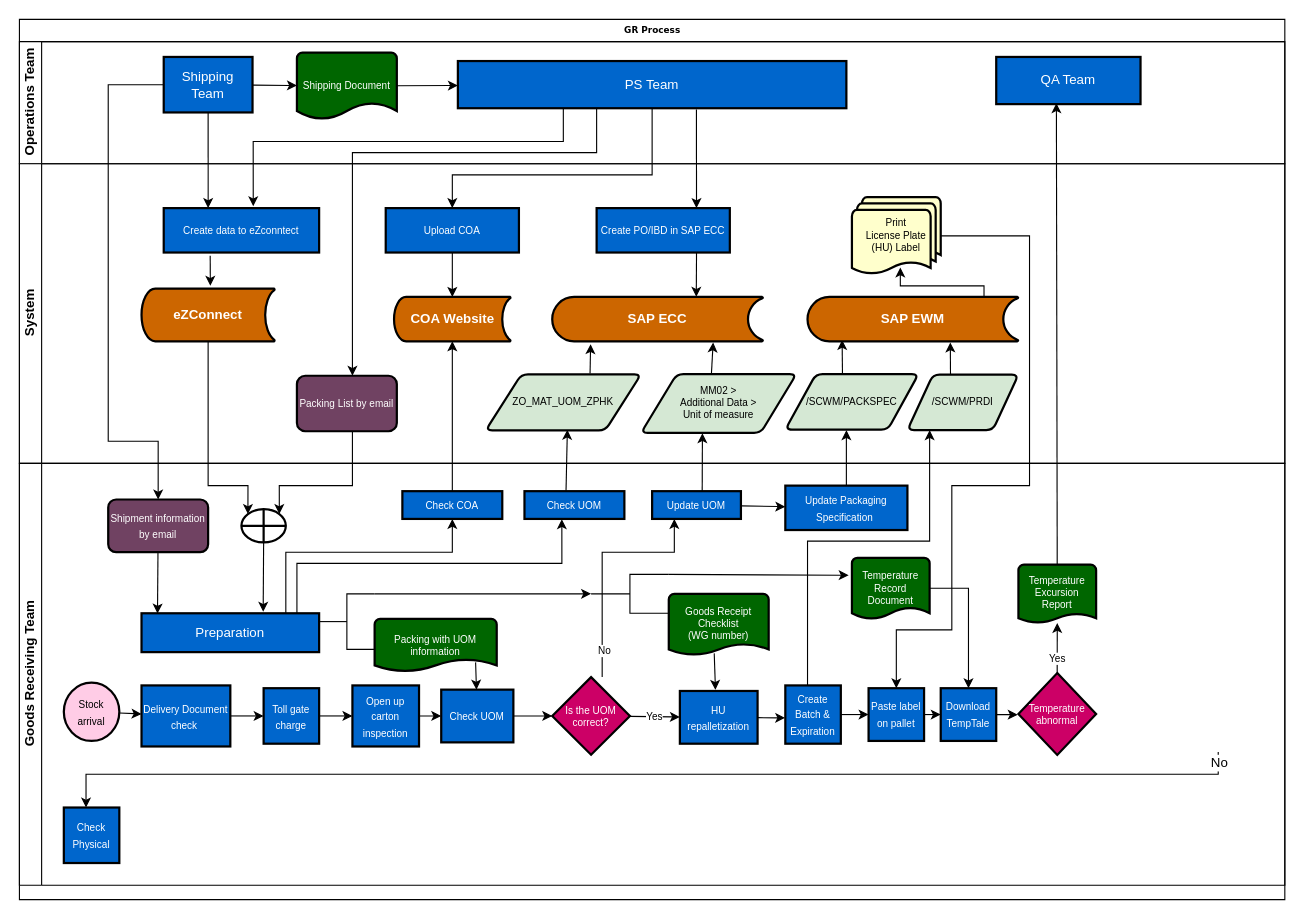
Before: GR_Flowchart.drawio in chengkahohk/ZPHK_GR_workflow, a draw.io diagram. Source tidied: cells renumbered, new cells numbered last; positions are measured from the earlier drawing's top-left corner, leaving out a move shared by most shapes. Both pictures are drawn from the tidied source at 111%, with x=0, y=0 at pixel (19, 19).
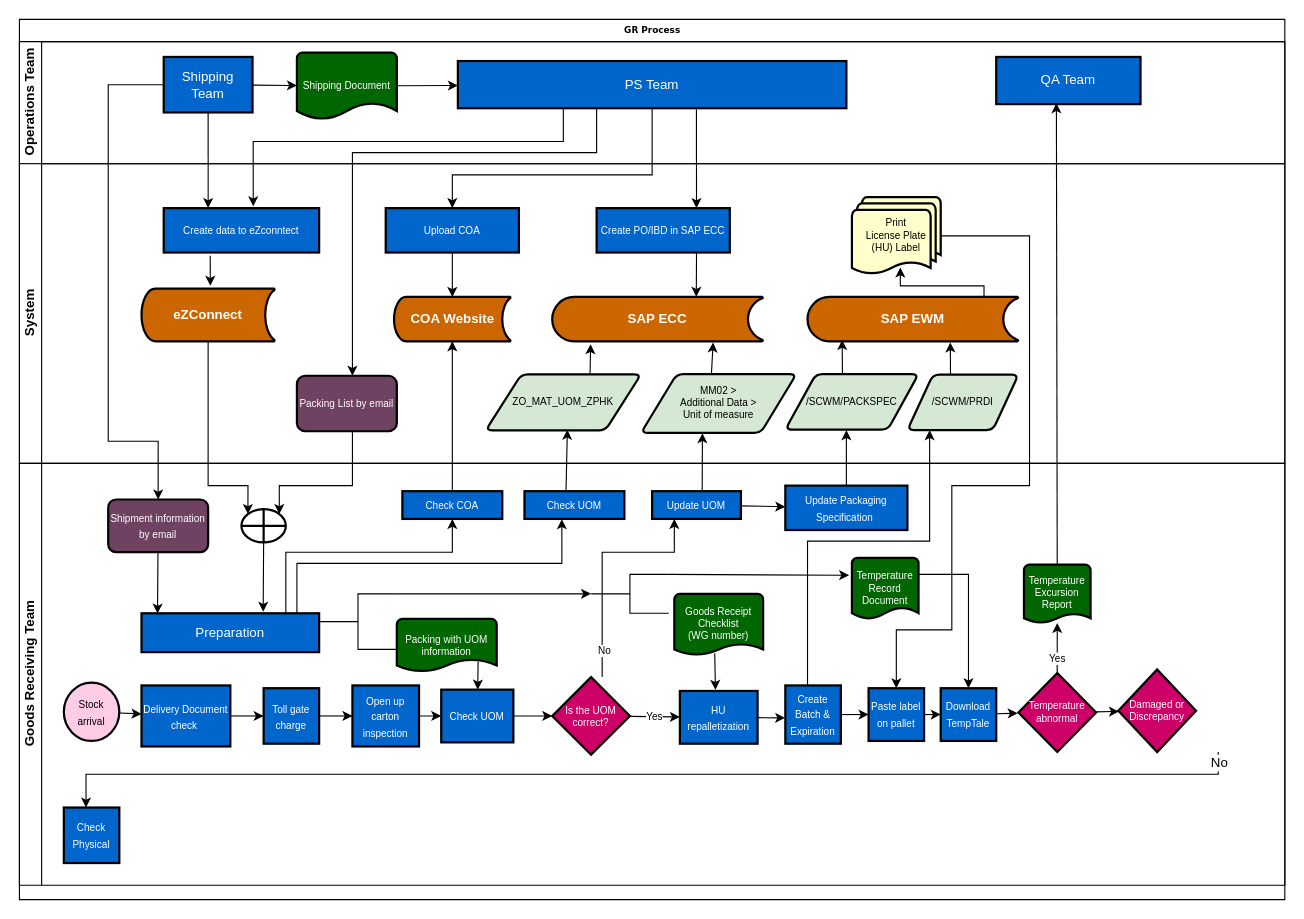
The same diagram, later.

The change refers to these unchanged cells:
```xml
<mxCell id="47" value="Goods Receiving Team" style="swimlane;html=1;startSize=20;horizontal=0;" parent="2" vertex="1">
  <mxGeometry y="400" width="1140" height="380" as="geometry" />
</mxCell>
<mxCell id="61" value="&lt;font style=&quot;font-size: 9px;&quot;&gt;Check UOM&lt;/font&gt;" style="whiteSpace=wrap;html=1;fillColor=#0066CC;fontColor=#FFFFFF;strokeWidth=2;" parent="47" vertex="1">
  <mxGeometry x="380" y="203.8" width="65" height="47.5" as="geometry" />
</mxCell>
<mxCell id="96" value="&lt;font style=&quot;font-size: 9px;&quot;&gt;Download&lt;br&gt;TempTale&lt;/font&gt;" style="whiteSpace=wrap;html=1;fillColor=#0066CC;fontColor=#FFFFFF;strokeWidth=2;" parent="47" vertex="1">
  <mxGeometry x="830" y="202.5" width="50" height="47.5" as="geometry" />
</mxCell>
```

What changed in the source:
```diff
@@
-    <mxCell id="63" style="edgeStyle=none;rounded=0;jettySize=auto;html=1;fontFamily=Helvetica;fontSize=9;fontColor=#FFFFFF;elbow=vertical;exitX=0.827;exitY=0.826;exitDx=0;exitDy=0;exitPerimeter=0;" parent="47" edge="1" source="64" target="61">
+    <mxCell id="63" style="edgeStyle=none;rounded=0;jettySize=auto;html=1;fontFamily=Helvetica;fontSize=9;fontColor=#FFFFFF;elbow=vertical;exitX=0.814;exitY=0.807;exitDx=0;exitDy=0;exitPerimeter=0;" parent="47" edge="1" source="64" target="61">
       <mxGeometry relative="1" as="geometry" />
     </mxCell>
     <mxCell id="64" value="Packing with UOM information" style="strokeWidth=2;html=1;shape=mxgraph.flowchart.document2;whiteSpace=wrap;size=0.23274853801169565;fontFamily=Helvetica;fontSize=9;fontColor=#FFFFFF;fillColor=#006600;" parent="47" vertex="1">
-      <mxGeometry x="320" y="140" width="110" height="47.5" as="geometry" />
+      <mxGeometry x="340" y="140" width="90" height="47.5" as="geometry" />
     </mxCell>
@@
     <mxCell id="76" style="strokeWidth=1;html=1;shape=mxgraph.flowchart.annotation_2;align=left;labelPosition=right;fontFamily=Helvetica;fontSize=9;fontColor=#FFFFFF;fillColor=#0066CC;" parent="47" vertex="1">
-      <mxGeometry x="270" y="117.5" width="50" height="50" as="geometry" />
+      <mxGeometry x="270" y="117.5" width="70" height="50" as="geometry" />
     </mxCell>
@@
     <mxCell id="78" value="Goods Receipt Checklist&lt;br&gt;(WG number)" style="strokeWidth=2;html=1;shape=mxgraph.flowchart.document2;whiteSpace=wrap;size=0.17912457912457908;fontFamily=Helvetica;fontSize=9;fontColor=#FFFFFF;fillColor=#006600;" parent="47" vertex="1">
-      <mxGeometry x="585" y="117.5" width="90" height="55" as="geometry" />
+      <mxGeometry x="590" y="117.5" width="80" height="55" as="geometry" />
     </mxCell>
@@
     <mxCell id="88" style="edgeStyle=orthogonalEdgeStyle;rounded=0;jettySize=auto;html=1;fontFamily=Helvetica;fontSize=12;fontColor=#FFFFFF;" parent="47" edge="1" source="89" target="96">
       <mxGeometry relative="1" as="geometry">
         <Array as="points">
-          <mxPoint x="855" y="113" />
+          <mxPoint x="855" y="100" />
         </Array>
       </mxGeometry>
     </mxCell>
     <mxCell id="89" value="Temperature Record Document" style="strokeWidth=2;html=1;shape=mxgraph.flowchart.document2;whiteSpace=wrap;size=0.18585858585858703;fontFamily=Helvetica;fontSize=9;fontColor=#FFFFFF;fillColor=#006600;" parent="47" vertex="1">
-      <mxGeometry x="750" y="85" width="70" height="55" as="geometry" />
+      <mxGeometry x="750" y="85" width="60" height="55" as="geometry" />
     </mxCell>
@@
+    <mxCell id="100" style="edgeStyle=none;rounded=0;jettySize=auto;html=1;fontFamily=Helvetica;fontSize=9;fontColor=#FFFFFF;" parent="47" edge="1" source="92" target="101">
+      <mxGeometry relative="1" as="geometry" />
+    </mxCell>
     <mxCell id="92" value="Temperature abnormal" style="strokeWidth=2;html=1;shape=mxgraph.flowchart.decision;whiteSpace=wrap;fontFamily=Helvetica;fontSize=9;fontColor=#FFFFFF;fillColor=#CC0066;" parent="47" vertex="1">
-      <mxGeometry x="900" y="188.8" width="70" height="73.8" as="geometry" />
+      <mxGeometry x="900" y="188.8" width="70" height="71.2" as="geometry" />
     </mxCell>
@@
     <mxCell id="94" value="Temperature Excursion Report" style="strokeWidth=2;html=1;shape=mxgraph.flowchart.document2;whiteSpace=wrap;size=0.15767195767195646;fontFamily=Helvetica;fontSize=9;fontColor=#FFFFFF;fillColor=#006600;" parent="47" vertex="1">
-      <mxGeometry x="900" y="91.2" width="70" height="52.5" as="geometry" />
+      <mxGeometry x="905" y="91.2" width="60" height="52.5" as="geometry" />
     </mxCell>
@@
+    <mxCell id="101" value="Damaged or&lt;br&gt;Discrepancy" style="rhombus;whiteSpace=wrap;html=1;fontSize=9;fillColor=#CC0066;fontColor=#FFFFFF;strokeWidth=2;" parent="47" vertex="1">
+      <mxGeometry x="990" y="185.6" width="70" height="74.4" as="geometry" />
+    </mxCell>
```
